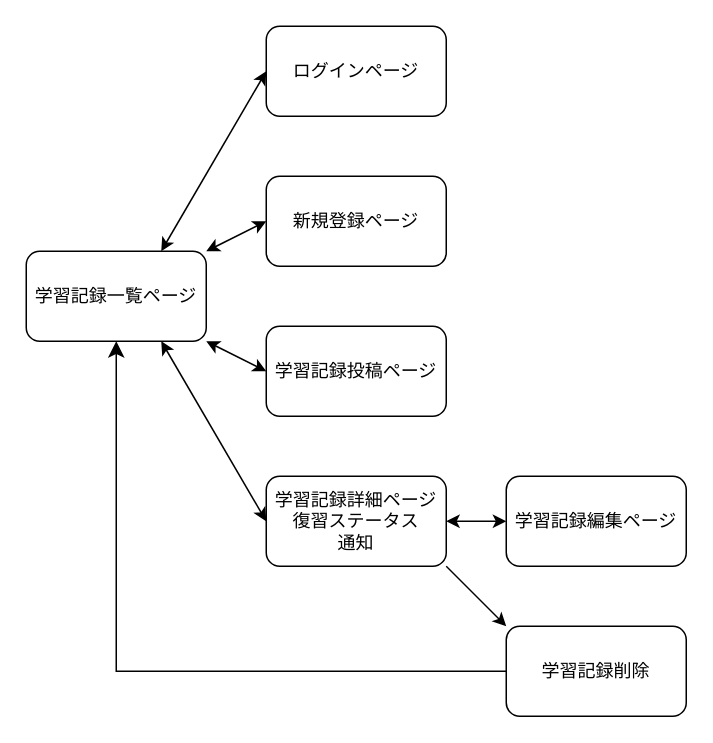
Above: study_recall.dio in kameta1008/study_recall (draw.io), before the change. Source tidied: cells renumbered, new cells numbered last; positions are measured from the earlier drawing's top-left corner, leaving out a move shared by most shapes. Both pictures are drawn from the tidied source at 150%, with x=0, y=0 at pixel (26, 26).
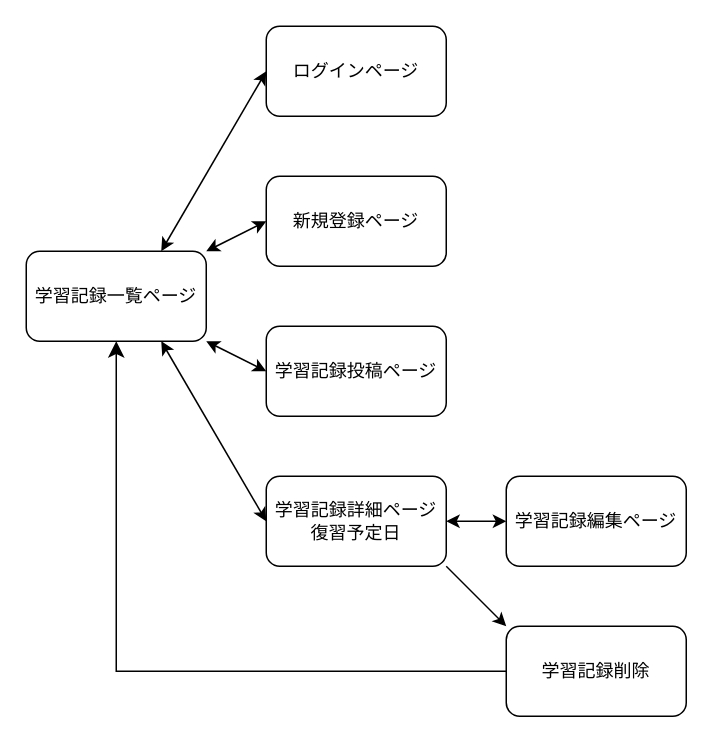
After the change.

Change to the diagram source:
```diff
@@
 <mxGraphModel>
   <root>
     <mxCell id="0" />
     <mxCell id="1" parent="0" />
     <mxCell id="2" value="学習記録一覧ページ" style="rounded=1;whiteSpace=wrap;html=1;" parent="1" vertex="1">
       <mxGeometry y="150" width="120" height="60" as="geometry" />
     </mxCell>
     <mxCell id="3" value="ログインページ" style="rounded=1;whiteSpace=wrap;html=1;" parent="1" vertex="1">
       <mxGeometry x="160" width="120" height="60" as="geometry" />
     </mxCell>
     <mxCell id="4" value="新規登録ページ" style="rounded=1;whiteSpace=wrap;html=1;" parent="1" vertex="1">
       <mxGeometry x="160" y="100" width="120" height="60" as="geometry" />
     </mxCell>
     <mxCell id="5" value="学習記録投稿ページ" style="rounded=1;whiteSpace=wrap;html=1;" parent="1" vertex="1">
       <mxGeometry x="160" y="200" width="120" height="60" as="geometry" />
     </mxCell>
-    <mxCell id="6" value="学習記録詳細ページ&lt;br&gt;復習ステータス&lt;br&gt;通知" style="rounded=1;whiteSpace=wrap;html=1;" parent="1" vertex="1">
+    <mxCell id="6" value="学習記録詳細ページ&lt;br&gt;復習予定日" style="rounded=1;whiteSpace=wrap;html=1;" parent="1" vertex="1">
       <mxGeometry x="160" y="300" width="120" height="60" as="geometry" />
     </mxCell>
     <mxCell id="7" value="学習記録編集ページ" style="rounded=1;whiteSpace=wrap;html=1;" parent="1" vertex="1">
       <mxGeometry x="320" y="300" width="120" height="60" as="geometry" />
     </mxCell>
     <mxCell id="8" value="学習記録削除" style="rounded=1;whiteSpace=wrap;html=1;" parent="1" vertex="1">
       <mxGeometry x="320" y="400" width="120" height="60" as="geometry" />
     </mxCell>
     <mxCell id="9" style="endArrow=classic;startArrow=classic;html=1;entryX=0.75;entryY=0;entryDx=0;entryDy=0;exitX=0;exitY=0.5;exitDx=0;exitDy=0;" parent="1" edge="1" source="3" target="2">
       <mxGeometry relative="1" as="geometry" />
     </mxCell>
     <mxCell id="10" style="endArrow=classic;startArrow=classic;html=1;exitX=1;exitY=0;exitDx=0;exitDy=0;entryX=0;entryY=0.5;entryDx=0;entryDy=0;" parent="1" edge="1" source="2" target="4">
       <mxGeometry relative="1" as="geometry" />
     </mxCell>
     <mxCell id="11" style="endArrow=classic;startArrow=classic;html=1;exitX=1;exitY=1;exitDx=0;exitDy=0;entryX=0;entryY=0.5;entryDx=0;entryDy=0;" parent="1" edge="1" source="2" target="5">
       <mxGeometry relative="1" as="geometry" />
     </mxCell>
     <mxCell id="12" style="endArrow=classic;startArrow=classic;html=1;exitX=0.75;exitY=1;exitDx=0;exitDy=0;entryX=0;entryY=0.5;entryDx=0;entryDy=0;" parent="1" edge="1" source="2" target="6">
       <mxGeometry relative="1" as="geometry" />
     </mxCell>
     <mxCell id="13" style="edgeStyle=segmentEdgeStyle;endArrow=classic;html=1;curved=0;rounded=0;endSize=8;startSize=8;exitX=0;exitY=0.5;exitDx=0;exitDy=0;entryX=0.5;entryY=1;entryDx=0;entryDy=0;" parent="1" edge="1" source="8" target="2">
       <mxGeometry relative="1" as="geometry" />
     </mxCell>
     <mxCell id="14" style="endArrow=classic;startArrow=classic;html=1;exitX=1;exitY=0.5;exitDx=0;exitDy=0;entryX=0;entryY=0.5;entryDx=0;entryDy=0;" parent="1" edge="1" source="6" target="7">
       <mxGeometry relative="1" as="geometry" />
     </mxCell>
     <mxCell id="15" style="endArrow=classic;html=1;exitX=1;exitY=1;exitDx=0;exitDy=0;entryX=0;entryY=0;entryDx=0;entryDy=0;" parent="1" edge="1" source="6" target="8">
       <mxGeometry relative="1" as="geometry" />
     </mxCell>
   </root>
 </mxGraphModel>
```
